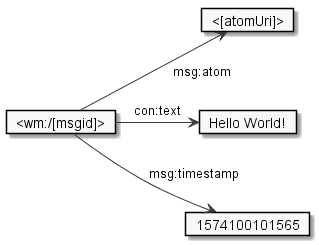
The PlantUML diagram documentation/protocol/img/message-structure-data.png in researchstudio-sat/webofneeds, before a commit.
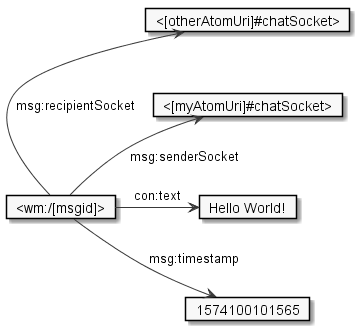
Above is the later version.

The edit, as a diff of the source:
```diff
@@ -4,12 +4,15 @@
 
 card "<wm:/[msgid]>" as msg
 card "Hello World!" as text
-card "<[atomUri]>" as atom
+card "<[myAtomUri]#chatSocket>" as senderSocket
+card "<[otherAtomUri]#chatSocket>" as recipientSocket
 card "1574100101565" as time
 msg -right-> text : "con:text"
-msg -[norank]> atom : "msg:atom"
+msg -[norank]> senderSocket : "msg:senderSocket"
+msg -[norank]> recipientSocket : "msg:recipientSocket"
 msg -[norank]> time : "msg:timestamp"
-atom -[hidden]down-> text
+recipientSocket -[hidden]down-> senderSocket
+senderSocket -[hidden]down-> text
 text -[hidden]down-> time
 
 @enduml
```
